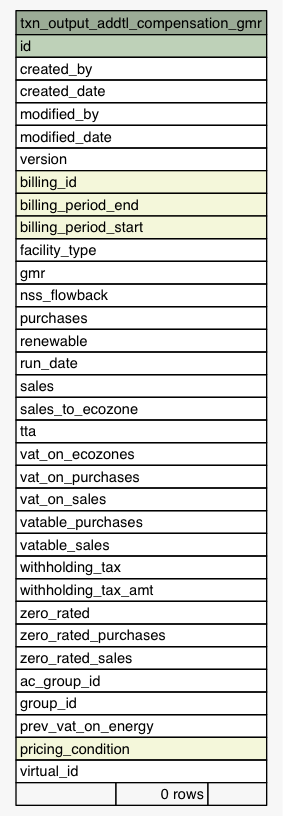
The Graphviz diagram Data/settlement/diagrams/summary/txn_output_addtl_compensation_gmr.1degree.png in eyana-m/python-data-dictionary-writer, before a commit. Its source is kept beside it as Data/settlement/diagrams/summary/txn_output_addtl_compensation_gmr.1degree.dot.
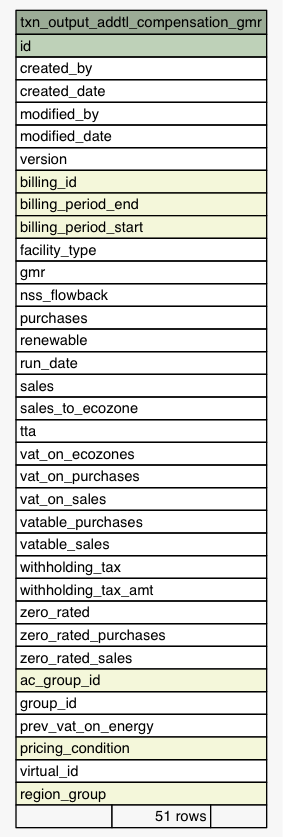
Above is the later version.

Diff of the diagram source:
```diff
@@ -47,12 +47,13 @@
       <TR><TD PORT="zero_rated" COLSPAN="3" ALIGN="LEFT">zero_rated</TD></TR>
       <TR><TD PORT="zero_rated_purchases" COLSPAN="3" ALIGN="LEFT">zero_rated_purchases</TD></TR>
       <TR><TD PORT="zero_rated_sales" COLSPAN="3" ALIGN="LEFT">zero_rated_sales</TD></TR>
-      <TR><TD PORT="ac_group_id" COLSPAN="3" ALIGN="LEFT">ac_group_id</TD></TR>
+      <TR><TD PORT="ac_group_id" COLSPAN="3" BGCOLOR="#f4f7da" ALIGN="LEFT">ac_group_id</TD></TR>
       <TR><TD PORT="group_id" COLSPAN="3" ALIGN="LEFT">group_id</TD></TR>
       <TR><TD PORT="prev_vat_on_energy" COLSPAN="3" ALIGN="LEFT">prev_vat_on_energy</TD></TR>
       <TR><TD PORT="pricing_condition" COLSPAN="3" BGCOLOR="#f4f7da" ALIGN="LEFT">pricing_condition</TD></TR>
       <TR><TD PORT="virtual_id" COLSPAN="3" ALIGN="LEFT">virtual_id</TD></TR>
-      <TR><TD ALIGN="LEFT" BGCOLOR="#f7f7f7">  </TD><TD ALIGN="RIGHT" BGCOLOR="#f7f7f7">0 rows</TD><TD ALIGN="RIGHT" BGCOLOR="#f7f7f7">  </TD></TR>
+      <TR><TD PORT="region_group" COLSPAN="3" BGCOLOR="#f4f7da" ALIGN="LEFT">region_group</TD></TR>
+      <TR><TD ALIGN="LEFT" BGCOLOR="#f7f7f7">  </TD><TD ALIGN="RIGHT" BGCOLOR="#f7f7f7">51 rows</TD><TD ALIGN="RIGHT" BGCOLOR="#f7f7f7">  </TD></TR>
     </TABLE>>
     URL="tables/txn_output_addtl_compensation_gmr.html"
     tooltip="txn_output_addtl_compensation_gmr"
```
